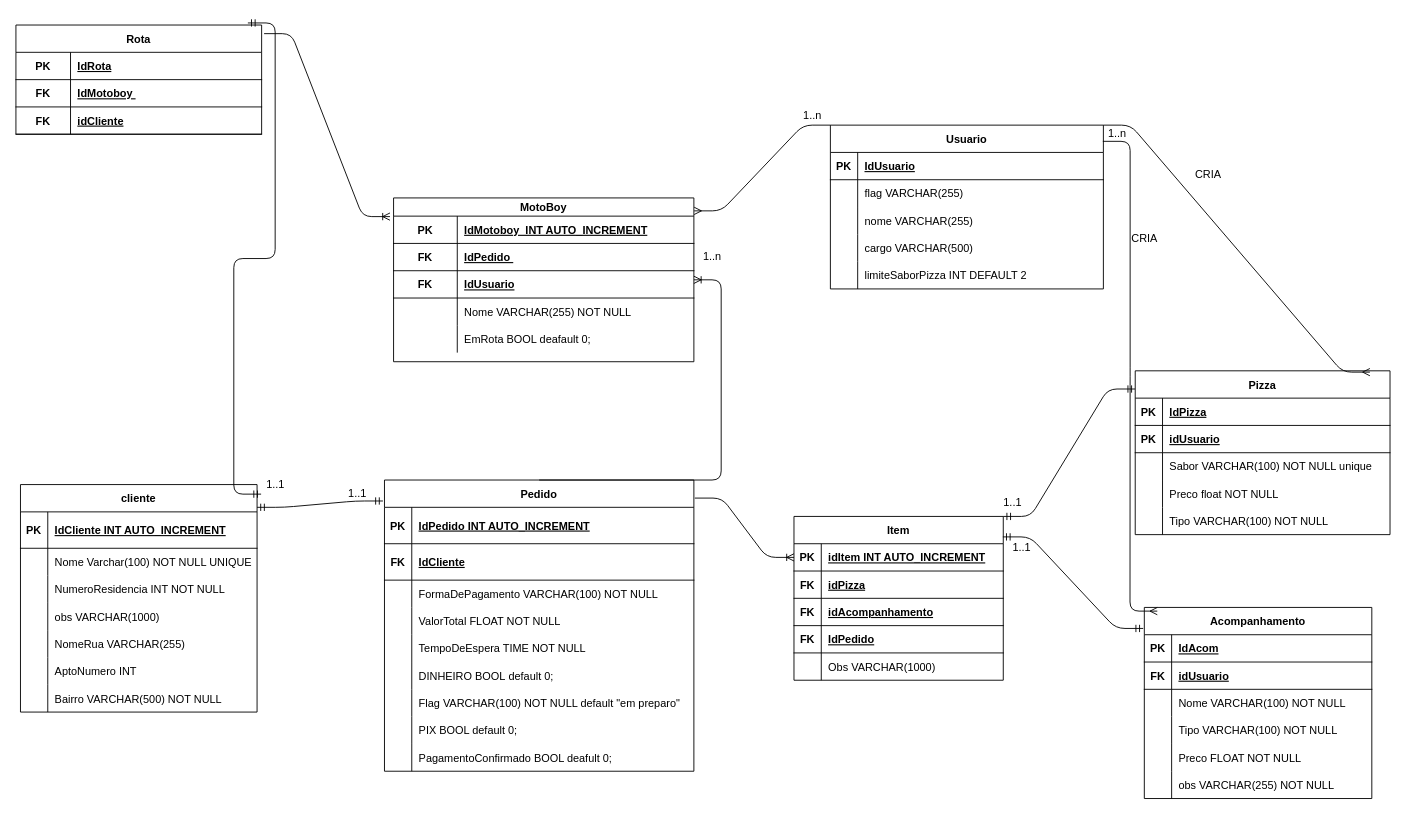
The draw.io diagram DER/derLogico.drawio in Nicolas-Peluso/Gerenciador-De-Pedidos-Pizzaria, before the edit. Source tidied: cells renumbered, new cells numbered last; positions are measured from the earlier drawing's top-left corner, leaving out a move shared by most shapes. Both pictures are drawn from the tidied source at 91%, with x=0, y=0 at pixel (15, 25).
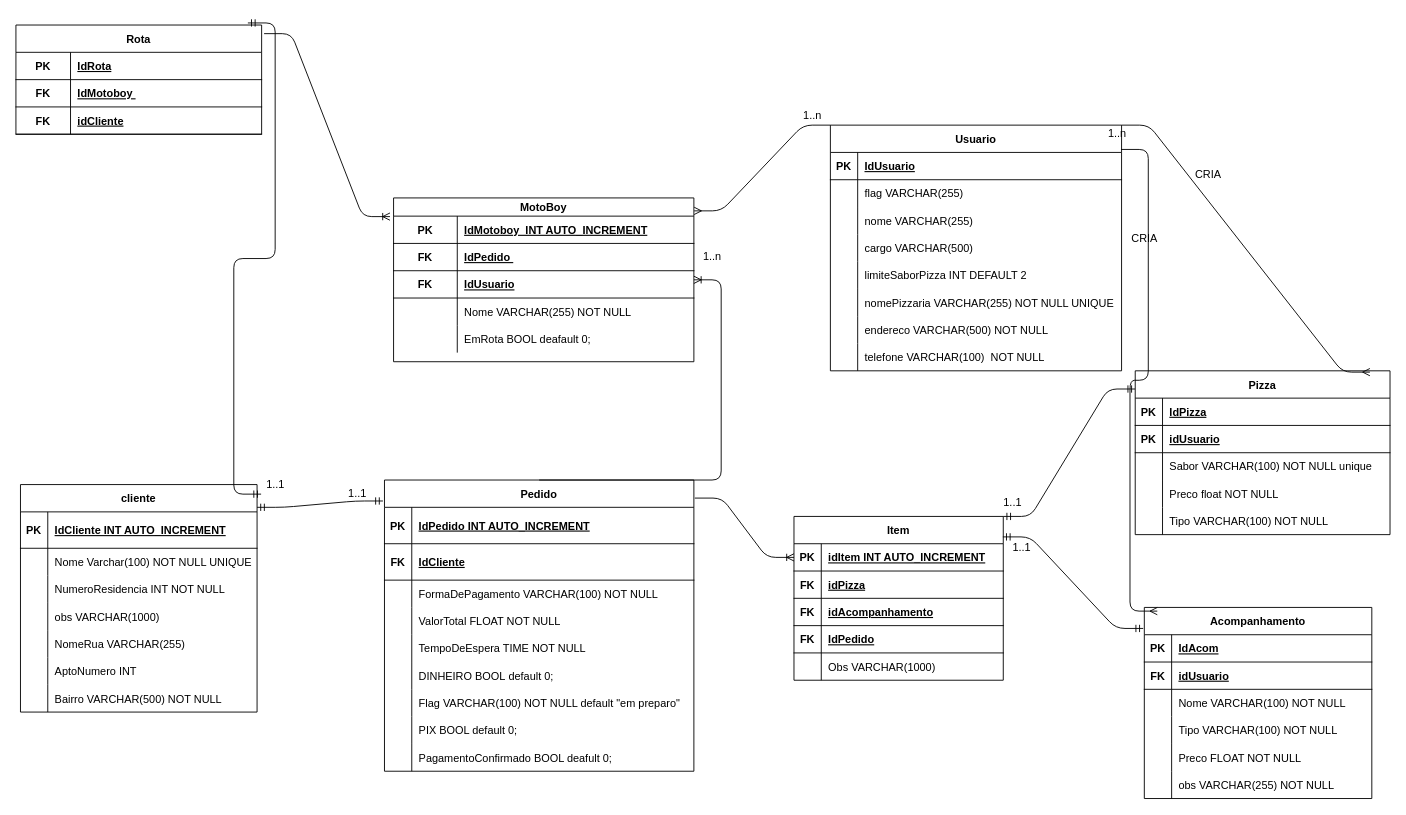
After the change.

The edit, as a diff of the source:
```diff
@@
     <mxCell id="142" value="Usuario" style="shape=table;startSize=30;childLayout=tableLayout;rowLines=0;fontStyle=1;align=center;" parent="1" vertex="1">
-      <mxGeometry x="895" y="110" width="300" height="180" as="geometry" />
+      <mxGeometry x="895" y="110" width="320" height="270" as="geometry" />
     </mxCell>
     <mxCell id="143" style="shape=tableRow;horizontal=0;startSize=0;swimlaneHead=0;swimlaneBody=0;fillColor=none;top=0;left=0;right=0;bottom=1;" parent="142" vertex="1">
-      <mxGeometry y="30" width="300" height="30" as="geometry" />
+      <mxGeometry y="30" width="320" height="30" as="geometry" />
     </mxCell>
@@
     <mxCell id="145" value="IdUsuario" style="shape=partialRectangle;fillColor=none;top=0;left=0;bottom=0;right=0;align=left;spacingLeft=6;fontStyle=5;overflow=hidden;" parent="143" vertex="1">
-      <mxGeometry x="30" width="270" height="30" as="geometry" />
+      <mxGeometry x="30" width="290" height="30" as="geometry" />
     </mxCell>
     <mxCell id="146" style="shape=tableRow;horizontal=0;startSize=0;swimlaneHead=0;swimlaneBody=0;fillColor=none;top=0;left=0;right=0;bottom=0;" parent="142" vertex="1">
-      <mxGeometry y="60" width="300" height="30" as="geometry" />
+      <mxGeometry y="60" width="320" height="30" as="geometry" />
     </mxCell>
@@
     <mxCell id="148" value="flag VARCHAR(255)" style="shape=partialRectangle;fillColor=none;top=0;left=0;bottom=0;right=0;align=left;spacingLeft=6;overflow=hidden;" parent="146" vertex="1">
-      <mxGeometry x="30" width="270" height="30" as="geometry" />
+      <mxGeometry x="30" width="290" height="30" as="geometry" />
     </mxCell>
     <mxCell id="149" style="shape=tableRow;horizontal=0;startSize=0;swimlaneHead=0;swimlaneBody=0;fillColor=none;top=0;left=0;right=0;bottom=0;" parent="142" vertex="1">
-      <mxGeometry y="90" width="300" height="30" as="geometry" />
+      <mxGeometry y="90" width="320" height="30" as="geometry" />
     </mxCell>
@@
     <mxCell id="151" value="nome VARCHAR(255)" style="shape=partialRectangle;fillColor=none;top=0;left=0;bottom=0;right=0;align=left;spacingLeft=6;overflow=hidden;" parent="149" vertex="1">
-      <mxGeometry x="30" width="270" height="30" as="geometry" />
+      <mxGeometry x="30" width="290" height="30" as="geometry" />
     </mxCell>
     <mxCell id="152" style="shape=tableRow;horizontal=0;startSize=0;swimlaneHead=0;swimlaneBody=0;fillColor=none;top=0;left=0;right=0;bottom=0;" parent="142" vertex="1">
-      <mxGeometry y="120" width="300" height="30" as="geometry" />
+      <mxGeometry y="120" width="320" height="30" as="geometry" />
     </mxCell>
@@
     <mxCell id="154" value="cargo VARCHAR(500)" style="shape=partialRectangle;fillColor=none;top=0;left=0;bottom=0;right=0;align=left;spacingLeft=6;overflow=hidden;" parent="152" vertex="1">
-      <mxGeometry x="30" width="270" height="30" as="geometry" />
+      <mxGeometry x="30" width="290" height="30" as="geometry" />
     </mxCell>
     <mxCell id="155" style="shape=tableRow;horizontal=0;startSize=0;swimlaneHead=0;swimlaneBody=0;fillColor=none;top=0;left=0;right=0;bottom=0;" parent="142" vertex="1">
-      <mxGeometry y="150" width="300" height="30" as="geometry" />
+      <mxGeometry y="150" width="320" height="30" as="geometry" />
     </mxCell>
@@
     <mxCell id="157" value="limiteSaborPizza INT DEFAULT 2" style="shape=partialRectangle;fillColor=none;top=0;left=0;bottom=0;right=0;align=left;spacingLeft=6;overflow=hidden;" parent="155" vertex="1">
-      <mxGeometry x="30" width="270" height="30" as="geometry" />
+      <mxGeometry x="30" width="290" height="30" as="geometry" />
     </mxCell>
+    <mxCell id="166" style="shape=tableRow;horizontal=0;startSize=0;swimlaneHead=0;swimlaneBody=0;fillColor=none;top=0;left=0;right=0;bottom=0;" parent="142" vertex="1">
+      <mxGeometry y="180" width="320" height="30" as="geometry" />
+    </mxCell>
+    <mxCell id="167" style="shape=partialRectangle;fillColor=none;top=0;left=0;bottom=0;right=0;overflow=hidden;" parent="166" vertex="1">
+      <mxGeometry width="30" height="30" as="geometry" />
+    </mxCell>
+    <mxCell id="168" value="nomePizzaria VARCHAR(255) NOT NULL UNIQUE" style="shape=partialRectangle;fillColor=none;top=0;left=0;bottom=0;right=0;align=left;spacingLeft=6;overflow=hidden;" parent="166" vertex="1">
+      <mxGeometry x="30" width="290" height="30" as="geometry" />
+    </mxCell>
+    <mxCell id="169" style="shape=tableRow;horizontal=0;startSize=0;swimlaneHead=0;swimlaneBody=0;fillColor=none;top=0;left=0;right=0;bottom=0;" parent="142" vertex="1">
+      <mxGeometry y="210" width="320" height="30" as="geometry" />
+    </mxCell>
+    <mxCell id="170" style="shape=partialRectangle;fillColor=none;top=0;left=0;bottom=0;right=0;overflow=hidden;" parent="169" vertex="1">
+      <mxGeometry width="30" height="30" as="geometry" />
+    </mxCell>
+    <mxCell id="171" value="endereco VARCHAR(500) NOT NULL" style="shape=partialRectangle;fillColor=none;top=0;left=0;bottom=0;right=0;align=left;spacingLeft=6;overflow=hidden;" parent="169" vertex="1">
+      <mxGeometry x="30" width="290" height="30" as="geometry" />
+    </mxCell>
+    <mxCell id="172" style="shape=tableRow;horizontal=0;startSize=0;swimlaneHead=0;swimlaneBody=0;fillColor=none;top=0;left=0;right=0;bottom=0;" parent="142" vertex="1">
+      <mxGeometry y="240" width="320" height="30" as="geometry" />
+    </mxCell>
+    <mxCell id="173" style="shape=partialRectangle;fillColor=none;top=0;left=0;bottom=0;right=0;overflow=hidden;" parent="172" vertex="1">
+      <mxGeometry width="30" height="30" as="geometry" />
+    </mxCell>
+    <mxCell id="174" value="telefone VARCHAR(100)  NOT NULL" style="shape=partialRectangle;fillColor=none;top=0;left=0;bottom=0;right=0;align=left;spacingLeft=6;overflow=hidden;" parent="172" vertex="1">
+      <mxGeometry x="30" width="290" height="30" as="geometry" />
+    </mxCell>
```
